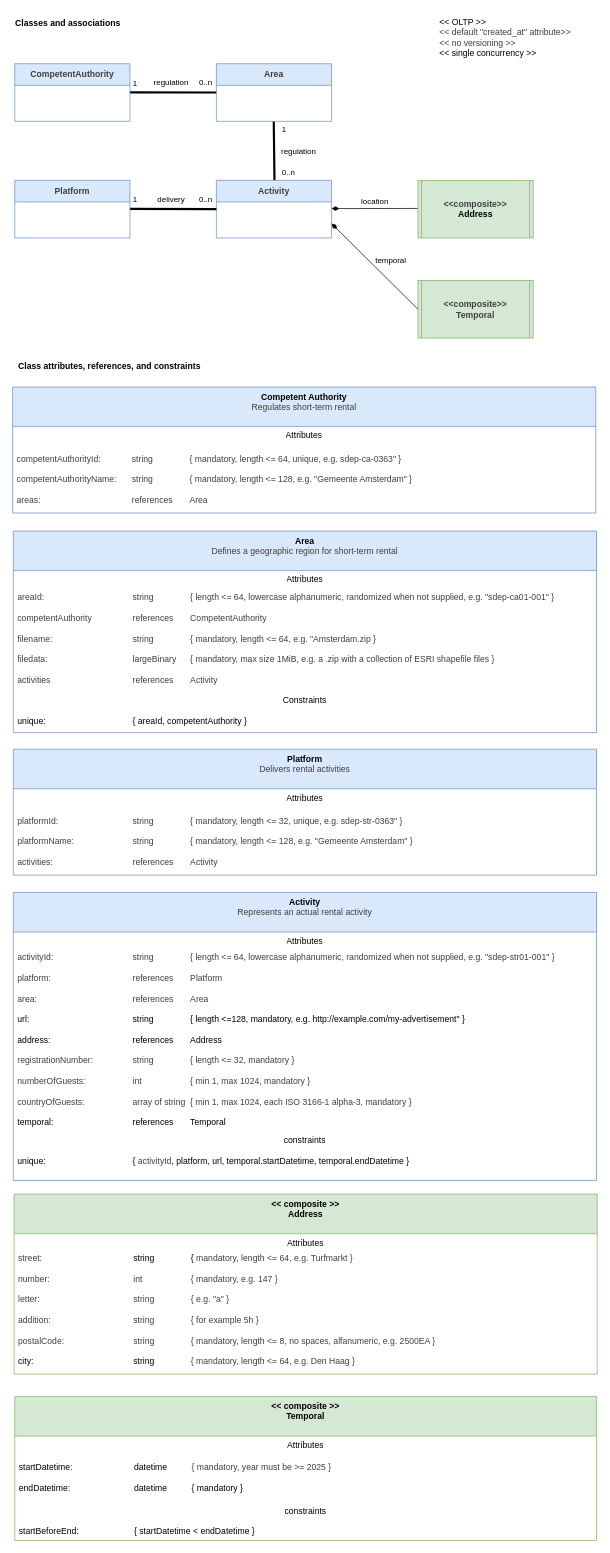
Earlier version of the draw.io diagram docs/Classes.drawio (MinBZK/sdep.gov.nl). Source tidied: cells renumbered, new cells numbered last; positions are measured from the earlier drawing's top-left corner, leaving out a move shared by most shapes. Both pictures are drawn from the tidied source at 72%, with x=0, y=0 at pixel (12, 12).
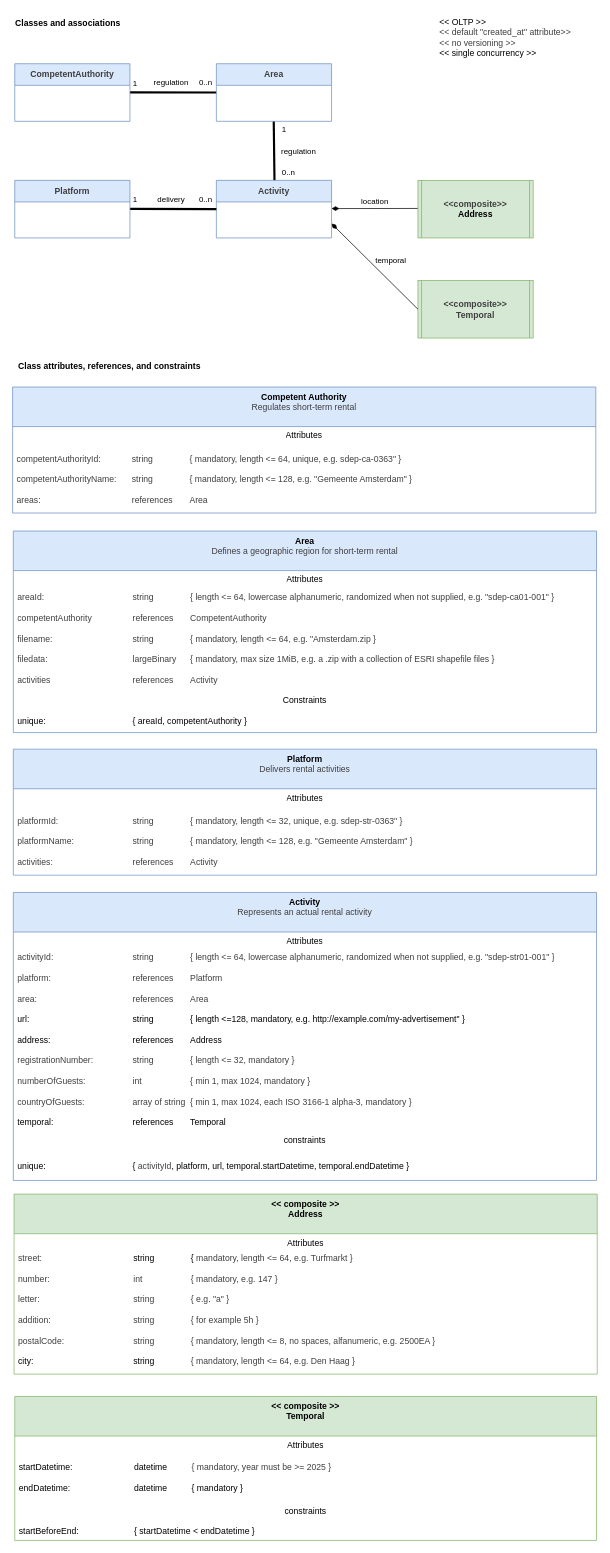
Above is the later version.

Commit message (it also covers changes not shown here):
Unique constraints

The change refers to these unchanged cells:
```xml
<mxCell id="31" value="&lt;div&gt;&lt;b style=&quot;background-color: transparent;&quot;&gt;Activity&lt;/b&gt;&lt;/div&gt;&lt;div&gt;&lt;div style=&quot;scrollbar-color: rgb(226, 226, 226) rgb(251, 251, 251); color: rgb(63, 63, 63);&quot;&gt;&lt;span style=&quot;scrollbar-color: rgb(226, 226, 226) rgb(251, 251, 251); background-color: transparent; color: rgb(63, 63, 63);&quot;&gt;Represents an actual rental activity&lt;/span&gt;&lt;/div&gt;&lt;div style=&quot;scrollbar-color: rgb(226, 226, 226) rgb(251, 251, 251); color: rgb(63, 63, 63);&quot;&gt;&lt;span style=&quot;scrollbar-color: rgb(226, 226, 226) rgb(251, 251, 251); background-color: transparent; color: rgb(63, 63, 63);&quot;&gt;&lt;br style=&quot;color: rgb(63, 63, 63); scrollbar-color: rgb(226, 226, 226) rgb(251, 251, 251);&quot;&gt;&lt;/span&gt;&lt;/div&gt;&lt;div style=&quot;scrollbar-color: rgb(226, 226, 226) rgb(251, 251, 251); color: rgb(63, 63, 63);&quot;&gt;&lt;br style=&quot;color: rgb(63, 63, 63); scrollbar-color: rgb(226, 226, 226) rgb(251, 251, 251); text-align: left;&quot;&gt;&lt;/div&gt;&lt;/div&gt;" style="swimlane;fontStyle=0;align=center;verticalAlign=top;horizontal=1;startSize=55;html=1;whiteSpace=wrap;fillColor=#dae8fc;strokeColor=#6c8ebf;" parent="1" vertex="1">
  <mxGeometry x="1" y="1222" width="810" height="400" as="geometry" />
</mxCell>
```

Diff of the diagram source:
```diff
@@
-    <mxCell id="35" value="&lt;div&gt;&lt;span style=&quot;color: rgb(0, 0, 0); scrollbar-color: rgb(226, 226, 226) rgb(251, 251, 251);&quot;&gt;unique:&amp;nbsp;&lt;/span&gt;&lt;span style=&quot;color: rgb(63, 63, 63); scrollbar-color: rgb(226, 226, 226) rgb(251, 251, 251); white-space: pre;&quot;&gt;&#9;&lt;/span&gt;&lt;span style=&quot;color: rgb(63, 63, 63); scrollbar-color: rgb(226, 226, 226) rgb(251, 251, 251); white-space: pre;&quot;&gt;&#9;&lt;/span&gt;&lt;span style=&quot;color: rgb(63, 63, 63); scrollbar-color: rgb(226, 226, 226) rgb(251, 251, 251); white-space: pre;&quot;&gt;&#9;&lt;/span&gt;&lt;span style=&quot;color: rgb(63, 63, 63); scrollbar-color: rgb(226, 226, 226) rgb(251, 251, 251); white-space: pre;&quot;&gt;&#9;&lt;/span&gt;&lt;span style=&quot;color: rgb(63, 63, 63); scrollbar-color: rgb(226, 226, 226) rgb(251, 251, 251); white-space: pre;&quot;&gt;&#9;&lt;/span&gt;&lt;span style=&quot;color: rgb(0, 0, 0); scrollbar-color: rgb(226, 226, 226) rgb(251, 251, 251);&quot;&gt;{&amp;nbsp;&lt;span style=&quot;color: rgb(63, 63, 63);&quot;&gt;activityId&lt;/span&gt;, platform,&amp;nbsp;&lt;/span&gt;&lt;span style=&quot;background-color: transparent;&quot;&gt;url, temporal.startDatetime, temporal.endDatetime }&lt;/span&gt;&lt;/div&gt;&lt;div&gt;&lt;br&gt;&lt;/div&gt;" style="text;html=1;strokeColor=none;fillColor=none;align=left;verticalAlign=middle;spacingLeft=4;spacingRight=4;overflow=hidden;whiteSpace=wrap;" parent="31" vertex="1">
+    <mxCell id="35" value="&lt;div&gt;&lt;span style=&quot;color: rgb(0, 0, 0); scrollbar-color: rgb(226, 226, 226) rgb(251, 251, 251);&quot;&gt;unique:&amp;nbsp;&lt;/span&gt;&lt;span style=&quot;color: rgb(63, 63, 63); scrollbar-color: rgb(226, 226, 226) rgb(251, 251, 251); white-space: pre;&quot;&gt;&#9;&lt;/span&gt;&lt;span style=&quot;color: rgb(63, 63, 63); scrollbar-color: rgb(226, 226, 226) rgb(251, 251, 251); white-space: pre;&quot;&gt;&#9;&lt;/span&gt;&lt;span style=&quot;color: rgb(63, 63, 63); scrollbar-color: rgb(226, 226, 226) rgb(251, 251, 251); white-space: pre;&quot;&gt;&#9;&lt;/span&gt;&lt;span style=&quot;color: rgb(63, 63, 63); scrollbar-color: rgb(226, 226, 226) rgb(251, 251, 251); white-space: pre;&quot;&gt;&#9;&lt;/span&gt;&lt;span style=&quot;color: rgb(63, 63, 63); scrollbar-color: rgb(226, 226, 226) rgb(251, 251, 251); white-space: pre;&quot;&gt;&#9;&lt;/span&gt;&lt;span style=&quot;color: rgb(0, 0, 0); scrollbar-color: rgb(226, 226, 226) rgb(251, 251, 251);&quot;&gt;{&amp;nbsp;&lt;span style=&quot;color: rgb(63, 63, 63);&quot;&gt;activityId&lt;/span&gt;, platform,&amp;nbsp;&lt;/span&gt;&lt;span style=&quot;background-color: transparent;&quot;&gt;url, temporal.startDatetime, temporal.endDatetime }&lt;/span&gt;&lt;/div&gt;" style="text;html=1;strokeColor=none;fillColor=none;align=left;verticalAlign=middle;spacingLeft=4;spacingRight=4;overflow=hidden;whiteSpace=wrap;" parent="31" vertex="1">
       <mxGeometry y="360" width="810" height="40" as="geometry" />
     </mxCell>
```
